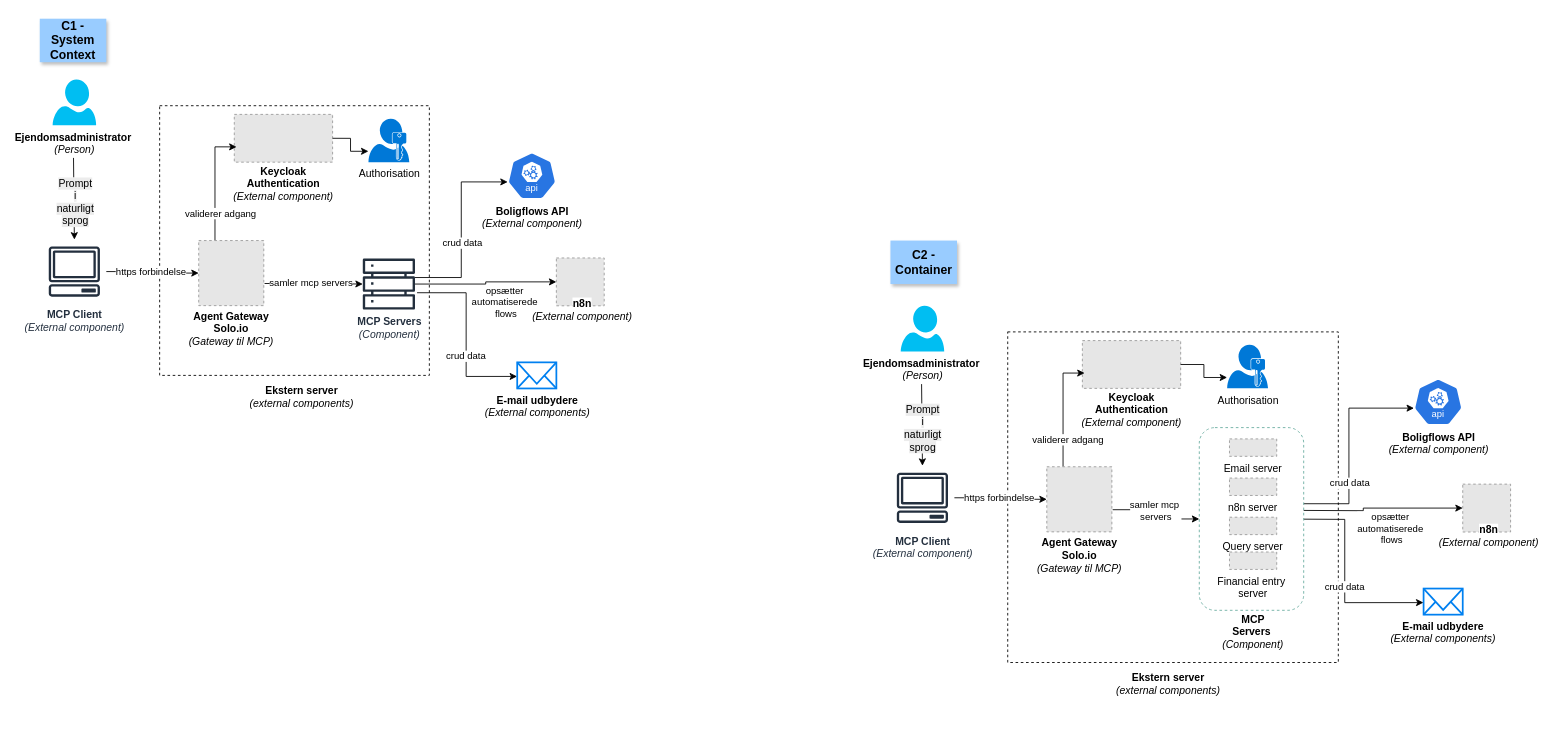
The draw.io diagram C4 - afsluttende projekt.drawio in PyjamasKlubben/Afsluttende-Projekt-Datamatiker, before the edit. Source tidied: cells renumbered, new cells numbered last; positions are measured from the earlier drawing's top-left corner, leaving out a move shared by most shapes. Both pictures are drawn from the tidied source at 87%, with x=0, y=0 at pixel (39, 18). Pictures stored in the file or linked from it are replaced by grey dashed boxes.
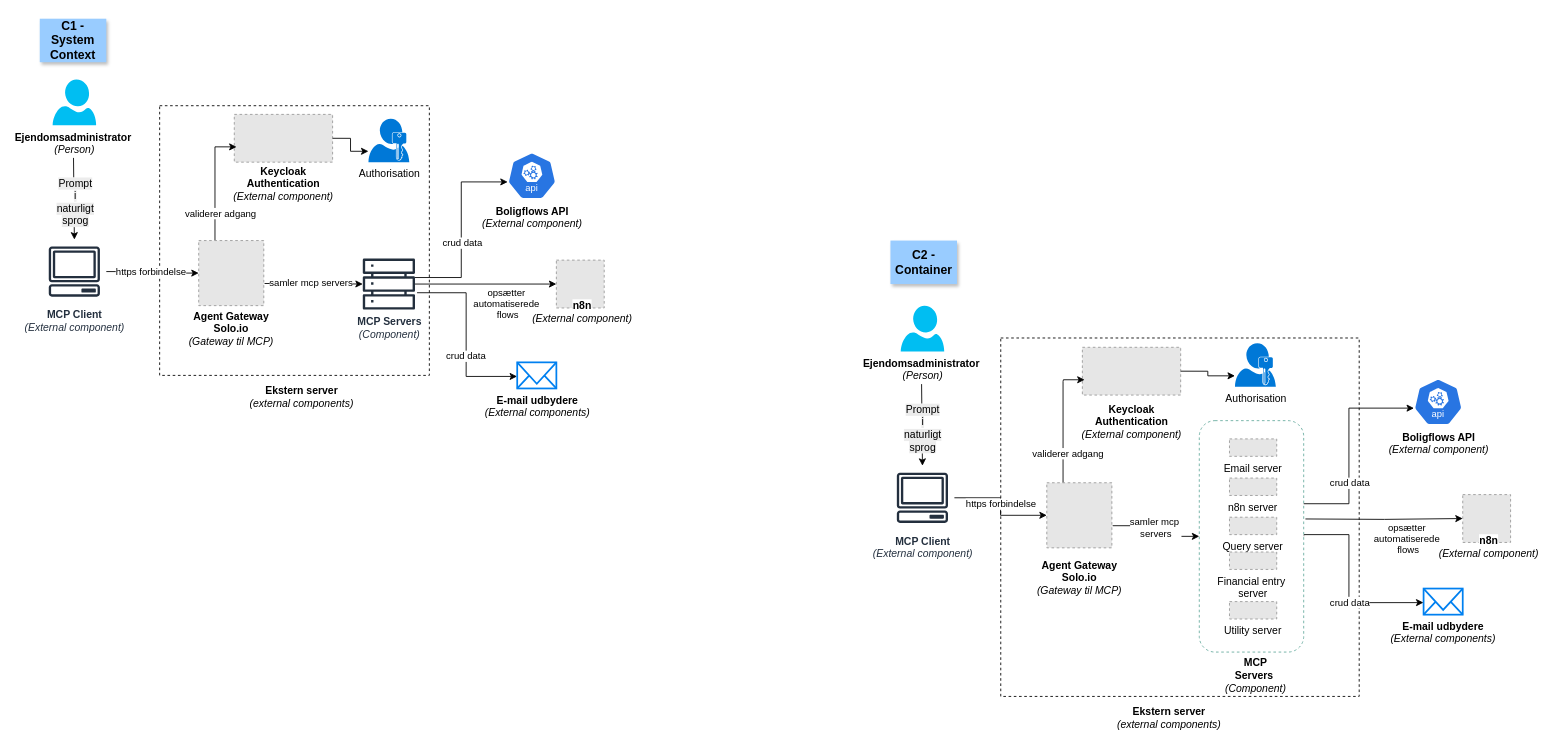
The same diagram, later.

Unchanged cells that the change refers to:
```xml
<mxCell id="34" style="fillColor=#E6E6E6;strokeColor=#999999;dashed=1;verticalLabelPosition=bottom;labelBackgroundColor=default;verticalAlign=top;" parent="33" vertex="1">
  <mxGeometry x="5.8" width="113" height="54.9" as="geometry" />
</mxCell>
<mxCell id="40" style="fillColor=#E6E6E6;strokeColor=#999999;dashed=1;verticalLabelPosition=bottom;labelBackgroundColor=default;verticalAlign=top;fontStyle=0;" parent="39" vertex="1">
  <mxGeometry x="14.9" width="74.8" height="74.8" as="geometry" />
</mxCell>
<mxCell id="49" value="&lt;b&gt;E-mail udbydere&lt;/b&gt;&lt;div&gt;&lt;i&gt;(External components)&lt;/i&gt;&lt;/div&gt;" style="html=1;verticalLabelPosition=bottom;align=center;labelBackgroundColor=#ffffff;verticalAlign=top;strokeWidth=2;strokeColor=#0080F0;shadow=0;dashed=0;shape=mxgraph.ios7.icons.mail;" parent="1" vertex="1">
  <mxGeometry x="1590.8" y="655" width="45" height="30" as="geometry" />
</mxCell>
<mxCell id="52" style="fillColor=#E6E6E6;strokeColor=#999999;dashed=1;verticalLabelPosition=bottom;labelBackgroundColor=default;verticalAlign=top;" parent="51" vertex="1">
  <mxGeometry width="55" height="55" as="geometry" />
</mxCell>
```

What changed in the source:
```diff
@@
     <mxCell id="26" style="group;" parent="1" vertex="1">
-      <mxGeometry x="594" y="275" width="60" height="82.5" as="geometry" />
+      <mxGeometry x="594" y="277.5" width="60" height="82.5" as="geometry" />
     </mxCell>
@@
     <mxCell id="31" style="group;" parent="1" vertex="1">
-      <mxGeometry x="1112.8" y="360" width="380" height="380" as="geometry" />
+      <mxGeometry x="1112.8" y="367" width="412" height="412" as="geometry" />
     </mxCell>
     <mxCell id="32" style="whiteSpace=wrap;dashed=1;html=1;" parent="31" vertex="1">
-      <mxGeometry width="380" height="380" as="geometry" />
+      <mxGeometry x="-8" width="412" height="412" as="geometry" />
     </mxCell>
     <mxCell id="33" style="group;" parent="31" vertex="1">
-      <mxGeometry x="80" y="10" width="124.6" height="100" as="geometry" />
+      <mxGeometry x="80" y="10.7" width="124.6" height="107.4" as="geometry" />
     </mxCell>
@@
     <mxCell id="35" value="&lt;div style=&quot;white-space: nowrap;&quot;&gt;&lt;b style=&quot;background-color: transparent; color: light-dark(rgb(0, 0, 0), rgb(255, 255, 255));&quot;&gt;Keycloak&lt;/b&gt;&lt;/div&gt;&lt;div style=&quot;white-space: nowrap;&quot;&gt;&lt;b style=&quot;background-color: transparent; color: light-dark(rgb(0, 0, 0), rgb(255, 255, 255));&quot;&gt;Authentication&lt;/b&gt;&lt;/div&gt;&lt;div style=&quot;white-space: nowrap;&quot;&gt;&lt;i&gt;(External component)&lt;br&gt;&lt;/i&gt;&lt;/div&gt;" style="text;html=1;whiteSpace=wrap;strokeColor=none;fillColor=none;align=center;verticalAlign=middle;rounded=0;" parent="33" vertex="1">
-      <mxGeometry y="60" width="124.6" height="40" as="geometry" />
+      <mxGeometry y="64.4" width="124.6" height="42.9" as="geometry" />
     </mxCell>
     <mxCell id="36" value="Authoris&lt;span style=&quot;background-color: transparent; color: light-dark(rgb(0, 0, 0), rgb(255, 255, 255));&quot;&gt;ation&lt;/span&gt;" style="sketch=0;shadow=0;dashed=0;html=1;strokeColor=none;labelPosition=center;verticalLabelPosition=bottom;verticalAlign=top;align=center;shape=mxgraph.mscae.enterprise.user_permissions;fillColor=#0078D7;" parent="31" vertex="1">
-      <mxGeometry x="252.2" y="14.9" width="47" height="50" as="geometry" />
+      <mxGeometry x="261.2" y="6" width="47" height="50" as="geometry" />
     </mxCell>
@@
     <mxCell id="38" value="validerer adgang" style="edgeStyle=orthogonalEdgeStyle;rounded=0;jettySize=auto;html=1;exitX=0.25;exitY=0;exitDx=0;exitDy=0;entryX=0.023;entryY=0.68;entryDx=0;entryDy=0;entryPerimeter=0;" parent="31" edge="1" source="40" target="34">
       <mxGeometry x="-0.55" y="-6" relative="1" as="geometry">
         <Array as="points">
-          <mxPoint x="64" y="47" />
+          <mxPoint x="64" y="50" />
+          <mxPoint x="64" y="48" />
         </Array>
         <mxPoint y="-1" as="offset" />
       </mxGeometry>
     </mxCell>
     <mxCell id="39" style="group;" parent="31" vertex="1">
-      <mxGeometry x="30" y="155" width="104.6" height="129.8" as="geometry" />
+      <mxGeometry x="30" y="166.4" width="104.6" height="139.3" as="geometry" />
     </mxCell>
@@
     <mxCell id="41" value="&lt;b&gt;&lt;span style=&quot;text-wrap-mode: nowrap; background-color: rgb(255, 255, 255);&quot;&gt;Agent Gateway&lt;/span&gt;&lt;br style=&quot;padding: 0px; margin: 0px; text-wrap-mode: nowrap;&quot;&gt;&lt;span style=&quot;text-wrap-mode: nowrap; background-color: rgb(255, 255, 255);&quot;&gt;Solo.io&lt;/span&gt;&lt;/b&gt;&lt;br style=&quot;padding: 0px; margin: 0px; text-wrap-mode: nowrap;&quot;&gt;&lt;span style=&quot;text-wrap-mode: nowrap; background-color: rgb(255, 255, 255);&quot;&gt;&lt;i&gt;(Gateway til MCP)&lt;/i&gt;&lt;/span&gt;" style="text;html=1;whiteSpace=wrap;strokeColor=none;fillColor=none;align=center;verticalAlign=middle;rounded=0;" parent="39" vertex="1">
-      <mxGeometry y="74.8" width="104.6" height="55" as="geometry" />
+      <mxGeometry y="80.3" width="104.6" height="59.1" as="geometry" />
     </mxCell>
+    <mxCell id="60" value="&lt;b&gt;MCP Servers&amp;nbsp;&lt;/b&gt;&lt;div&gt;&lt;i&gt;(Component)&lt;/i&gt;&lt;/div&gt;" style="text;html=1;whiteSpace=wrap;strokeColor=none;fillColor=none;align=center;verticalAlign=middle;rounded=0;" parent="31" vertex="1">
+      <mxGeometry x="254.7" y="373" width="60" height="30" as="geometry" />
+    </mxCell>
@@
-    <mxCell id="45" value="opsætter&amp;nbsp;&lt;div&gt;automatiserede&amp;nbsp;&lt;/div&gt;&lt;div&gt;flows&lt;/div&gt;" style="edgeStyle=orthogonalEdgeStyle;rounded=0;jettySize=auto;html=1;entryX=0;entryY=0.5;entryDx=0;entryDy=0;" parent="1" edge="1" target="52">
+    <mxCell id="45" value="opsætter&amp;nbsp;&lt;div&gt;automatiserede&amp;nbsp;&lt;/div&gt;&lt;div&gt;flows&lt;/div&gt;" style="edgeStyle=orthogonalEdgeStyle;rounded=0;orthogonalLoop=1;jettySize=auto;html=1;entryX=0;entryY=0.5;entryDx=0;entryDy=0;" parent="1" edge="1">
       <mxGeometry x="0.3" y="-23" relative="1" as="geometry">
-        <mxPoint x="1406.2" y="565" as="sourcePoint" />
+        <mxPoint x="1455" y="575" as="sourcePoint" />
+        <mxPoint x="1635.8" y="574.5" as="targetPoint" />
       </mxGeometry>
     </mxCell>
@@
-    <mxCell id="50" value="crud data" style="edgeStyle=orthogonalEdgeStyle;rounded=0;jettySize=auto;html=1;entryX=-0.004;entryY=0.539;entryDx=0;entryDy=0;entryPerimeter=0;exitX=1.04;exitY=0.67;exitDx=0;exitDy=0;exitPerimeter=0;" parent="1" edge="1" target="49">
+    <mxCell id="50" value="crud data" style="edgeStyle=orthogonalEdgeStyle;rounded=0;jettySize=auto;html=1;entryX=-0.004;entryY=0.539;entryDx=0;entryDy=0;entryPerimeter=0;exitX=1;exitY=0.5;exitDx=0;exitDy=0;" parent="1" edge="1" source="55" target="49">
       <mxGeometry x="0.22" relative="1" as="geometry">
-        <mxPoint x="1408.6" y="575" as="sourcePoint" />
+        <Array as="points">
+          <mxPoint x="1505" y="593" />
+          <mxPoint x="1505" y="671" />
+        </Array>
       </mxGeometry>
     </mxCell>
     <mxCell id="51" style="group;" parent="1" vertex="1">
-      <mxGeometry x="1635.8" y="535" width="60" height="82.5" as="geometry" />
+      <mxGeometry x="1635.8" y="547" width="60" height="82.5" as="geometry" />
     </mxCell>
@@
     <mxCell id="55" style="rounded=1;dashed=1;whiteSpace=wrap;html=1;strokeColor=light-dark(#67AB9F,#000000);" parent="1" vertex="1">
-      <mxGeometry x="1333" y="470" width="120" height="210" as="geometry" />
+      <mxGeometry x="1333" y="462" width="120" height="266" as="geometry" />
     </mxCell>
     <mxCell id="56" value="&lt;b&gt;Ekstern server&lt;/b&gt;&lt;div&gt;&lt;i&gt;(external components)&lt;/i&gt;&lt;/div&gt;" style="text;html=1;whiteSpace=wrap;strokeColor=none;fillColor=none;align=center;verticalAlign=middle;rounded=0;" parent="1" vertex="1">
-      <mxGeometry x="1235" y="740" width="124.6" height="50" as="geometry" />
+      <mxGeometry x="1236" y="779" width="124.6" height="50" as="geometry" />
     </mxCell>
@@
-    <mxCell id="60" value="&lt;b&gt;MCP Servers&amp;nbsp;&lt;/b&gt;&lt;div&gt;&lt;i&gt;(Component)&lt;/i&gt;&lt;/div&gt;" style="text;html=1;whiteSpace=wrap;strokeColor=none;fillColor=none;align=center;verticalAlign=middle;rounded=0;" parent="1" vertex="1">
-      <mxGeometry x="1364.9" y="690" width="60" height="30" as="geometry" />
-    </mxCell>
@@
+    <mxCell id="63" value="Utility server" style="fillColor=#E6E6E6;strokeColor=#999999;dashed=1;verticalLabelPosition=bottom;labelBackgroundColor=default;verticalAlign=top;" parent="1" vertex="1">
+      <mxGeometry x="1367.7" y="670" width="54.3" height="20" as="geometry" />
+    </mxCell>
```
